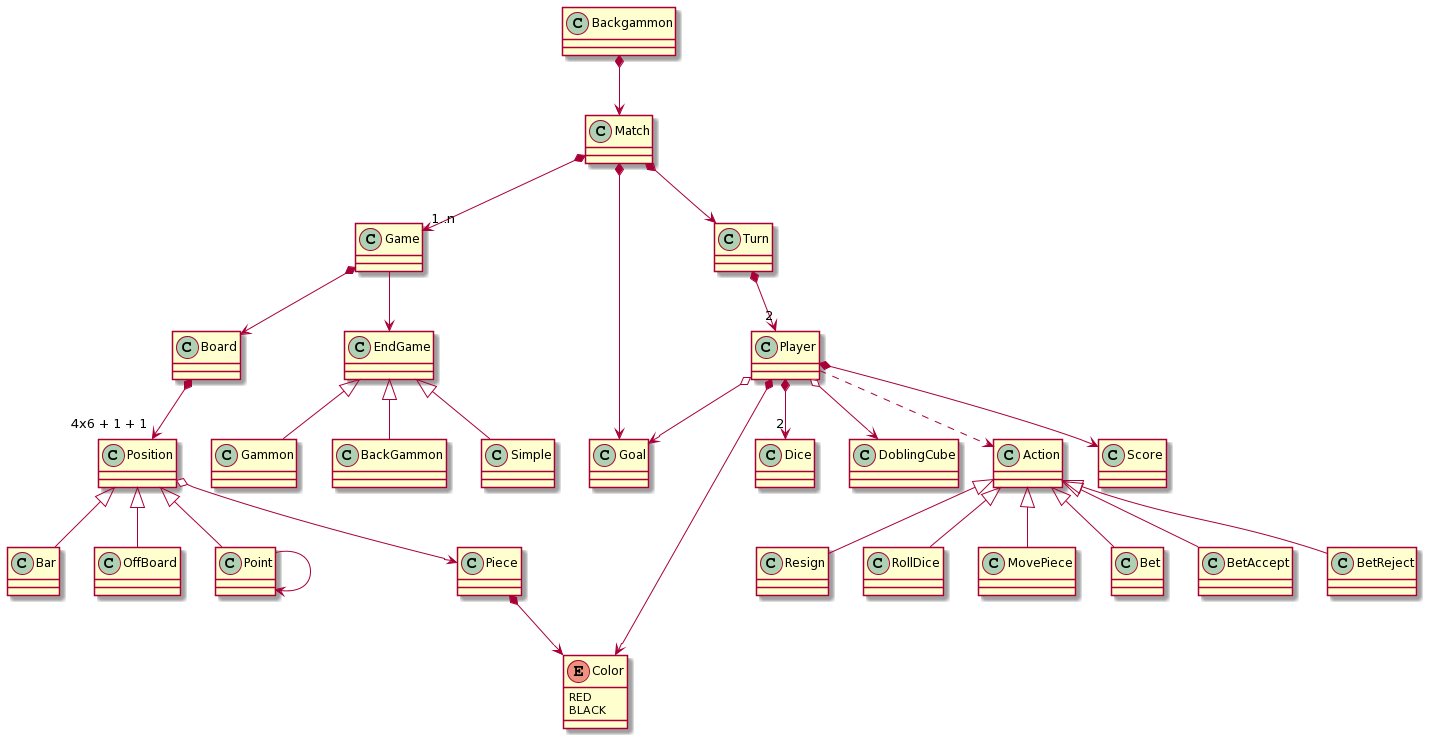
Earlier version of the PlantUML export docs/domain_model/domain_model.png (USantaTecla-game-backgammon/backgammon).
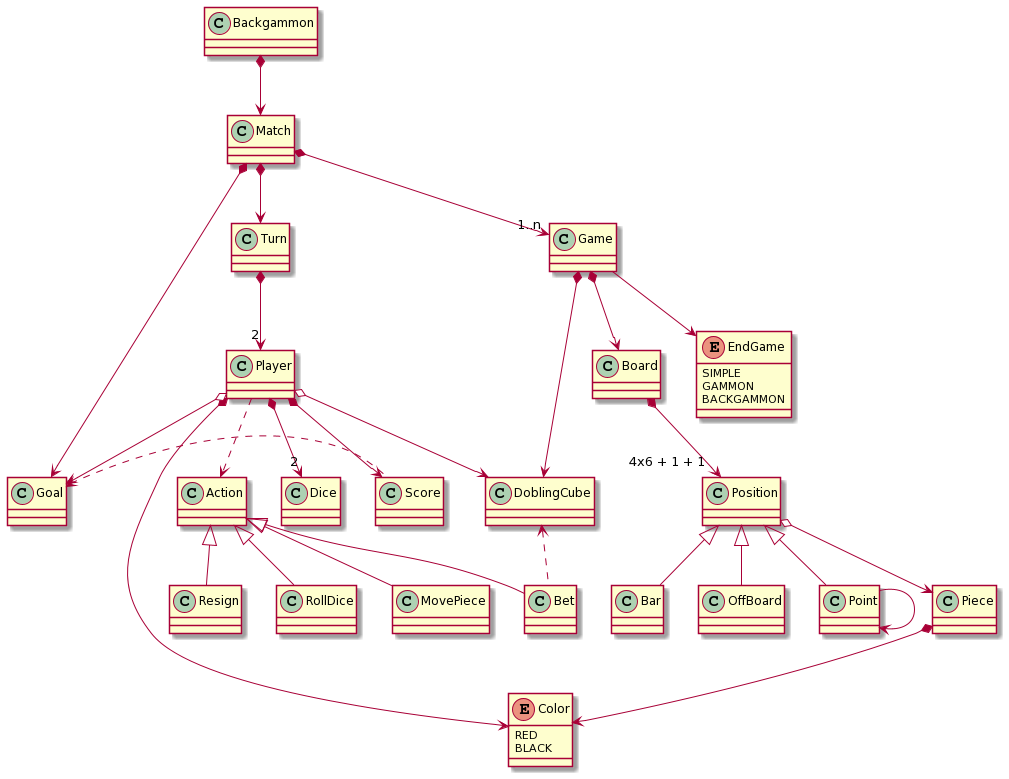
Above is the later version.

The edit, as a diff of the source:
```diff
@@ -32,20 +32,16 @@
 
 class DoblingCube{}
 
-class Simple {}
-
-class Gammon{}
-
-class BackGammon{}
-
-class EndGame{}
+enum EndGame{
+    SIMPLE
+    GAMMON
+    BACKGAMMON
+}
 
 class Action {}
 class RollDice {}
 class MovePiece {}
 class Bet {}
-class BetAccept {}
-class BetReject {}
 
 Backgammon *--> Match
 Match *--> Goal
@@ -54,10 +50,10 @@
 Match *--> Turn
 
 Player *--> Score
-Game --> EndGame
-EndGame <|-- Simple
-EndGame <|-- Gammon
-EndGame <|-- BackGammon
+Score .left.> Goal
+Game *-right-> DoblingCube
+Bet .up.> DoblingCube
+Game -down-> EndGame
 
 Game *--> Board
 Player o--> DoblingCube
@@ -80,7 +76,5 @@
 Action <|-- RollDice
 Action <|-- MovePiece
 Action <|-- Bet
-Action <|-- BetAccept
-Action <|-- BetReject
 Action <|-- Resign
 @enduml
```
